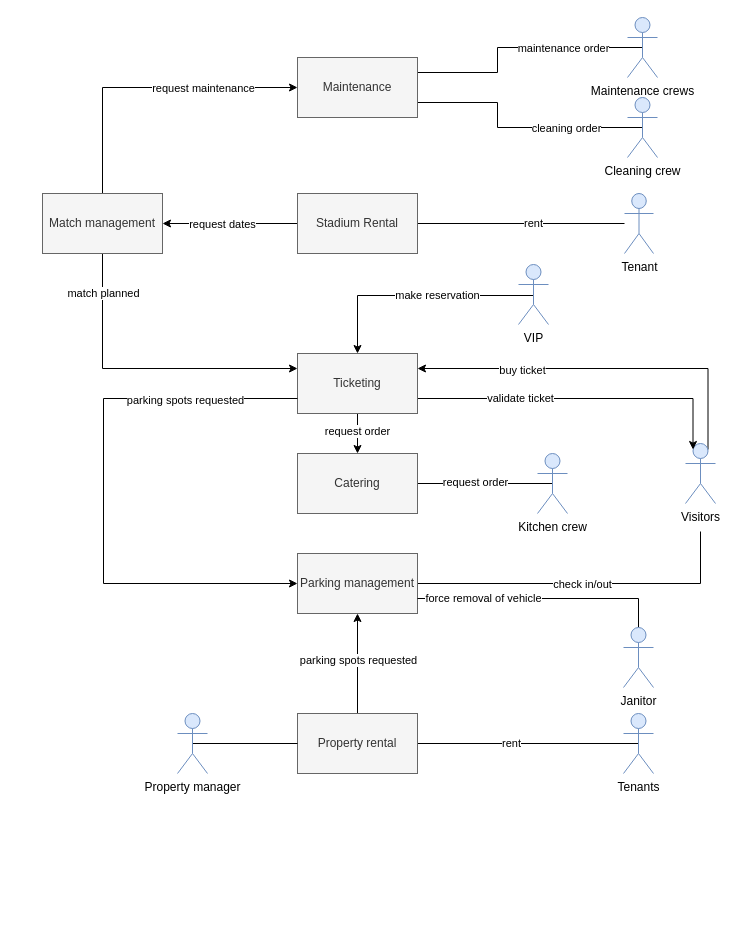
Before: service diagram.drawio in martijnmeeldijk/fc-smal, a draw.io diagram. Source tidied: cells renumbered, new cells numbered last; positions are measured from the earlier drawing's top-left corner, leaving out a move shared by most shapes. Both pictures are drawn from the tidied source at 100%, with x=0, y=0 at pixel (42, 17).
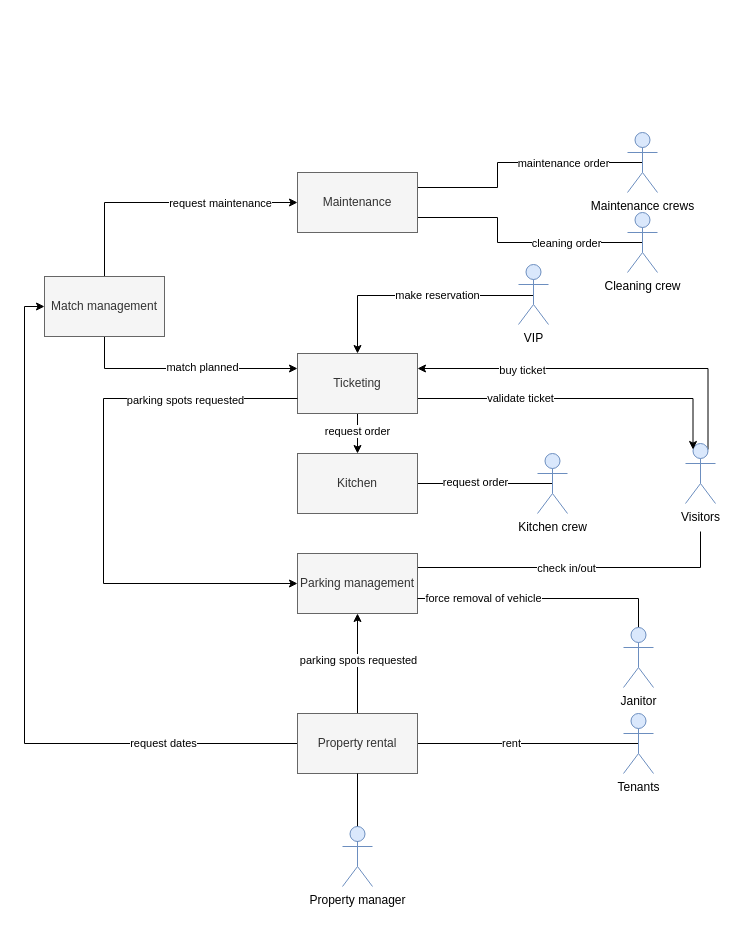
Above is the later version.

The change refers to these unchanged cells:
```xml
<mxCell id="16" value="Parking management" style="rounded=0;whiteSpace=wrap;html=1;fillColor=#f5f5f5;fontColor=#333333;strokeColor=#666666;" parent="1" vertex="1">
  <mxGeometry x="255" y="536" width="120" height="60" as="geometry" />
</mxCell>
<mxCell id="19" value="Property rental" style="rounded=0;whiteSpace=wrap;html=1;fillColor=#f5f5f5;fontColor=#333333;strokeColor=#666666;" parent="1" vertex="1">
  <mxGeometry x="255" y="696" width="120" height="60" as="geometry" />
</mxCell>
<mxCell id="28" style="edgeStyle=orthogonalEdgeStyle;rounded=0;jettySize=auto;html=1;exitX=0.5;exitY=1;exitDx=0;exitDy=0;entryX=0;entryY=0.25;entryDx=0;entryDy=0;endArrow=classic;endFill=1;" parent="1" edge="1" source="32" target="24">
  <mxGeometry relative="1" as="geometry" />
</mxCell>
```

The edit, as a diff of the source:
```diff
@@
     <mxCell id="2" style="edgeStyle=orthogonalEdgeStyle;rounded=0;jettySize=auto;html=1;entryX=1;entryY=0.5;entryDx=0;entryDy=0;endArrow=none;endFill=0;" parent="1" edge="1" target="16">
       <mxGeometry relative="1" as="geometry">
         <mxPoint x="658" y="514" as="sourcePoint" />
         <Array as="points">
-          <mxPoint x="658" y="566" />
+          <mxPoint x="658" y="550" />
+          <mxPoint x="375" y="550" />
         </Array>
       </mxGeometry>
     </mxCell>
@@
     <mxCell id="7" style="edgeStyle=orthogonalEdgeStyle;rounded=0;jettySize=auto;html=1;exitX=0.5;exitY=0.5;exitDx=0;exitDy=0;exitPerimeter=0;entryX=1;entryY=0.75;entryDx=0;entryDy=0;endArrow=none;endFill=0;" parent="1" edge="1" source="9" target="25">
       <mxGeometry relative="1" as="geometry">
         <Array as="points">
-          <mxPoint x="455" y="110" />
-          <mxPoint x="455" y="85" />
+          <mxPoint x="455" y="225" />
+          <mxPoint x="455" y="200" />
         </Array>
       </mxGeometry>
     </mxCell>
@@
     <mxCell id="9" value="Cleaning crew" style="shape=umlActor;verticalLabelPosition=bottom;verticalAlign=top;html=1;outlineConnect=0;fillColor=#dae8fc;strokeColor=#6c8ebf;" parent="1" vertex="1">
-      <mxGeometry x="585" y="80" width="30" height="60" as="geometry" />
+      <mxGeometry x="585" y="195" width="30" height="60" as="geometry" />
     </mxCell>
     <mxCell id="10" style="edgeStyle=orthogonalEdgeStyle;rounded=0;jettySize=auto;html=1;exitX=0.5;exitY=0.5;exitDx=0;exitDy=0;exitPerimeter=0;entryX=1;entryY=0.25;entryDx=0;entryDy=0;endArrow=none;endFill=0;" parent="1" edge="1" source="12" target="25">
       <mxGeometry relative="1" as="geometry">
         <Array as="points">
-          <mxPoint x="455" y="30" />
-          <mxPoint x="455" y="55" />
+          <mxPoint x="455" y="145" />
+          <mxPoint x="455" y="170" />
         </Array>
       </mxGeometry>
     </mxCell>
@@
     <mxCell id="12" value="Maintenance crews" style="shape=umlActor;verticalLabelPosition=bottom;verticalAlign=top;html=1;outlineConnect=0;fillColor=#dae8fc;strokeColor=#6c8ebf;" parent="1" vertex="1">
-      <mxGeometry x="585" width="30" height="60" as="geometry" />
+      <mxGeometry x="585" y="115" width="30" height="60" as="geometry" />
     </mxCell>
@@
+    <mxCell id="51" style="edgeStyle=orthogonalEdgeStyle;rounded=0;jettySize=auto;html=1;exitX=0;exitY=0.5;exitDx=0;exitDy=0;entryX=0;entryY=0.5;entryDx=0;entryDy=0;" parent="1" edge="1" source="19" target="32">
+      <mxGeometry relative="1" as="geometry" />
+    </mxCell>
+    <mxCell id="42" value="request dates" style="edgeLabel;html=1;align=center;verticalAlign=middle;" parent="51" vertex="1">
+      <mxGeometry x="-0.63" y="-1" relative="1" as="geometry" />
+    </mxCell>
@@
     <mxCell id="25" value="Maintenance" style="rounded=0;whiteSpace=wrap;html=1;fillColor=#f5f5f5;fontColor=#333333;strokeColor=#666666;" parent="1" vertex="1">
-      <mxGeometry x="255" y="40" width="120" height="60" as="geometry" />
+      <mxGeometry x="255" y="155" width="120" height="60" as="geometry" />
     </mxCell>
@@
     <mxCell id="29" value="match planned" style="edgeLabel;html=1;align=center;verticalAlign=middle;" parent="28" vertex="1">
       <mxGeometry x="-0.49" y="2" relative="1" as="geometry">
-        <mxPoint x="-2" y="-40" as="offset" />
+        <mxPoint x="72" as="offset" />
       </mxGeometry>
     </mxCell>
@@
     <mxCell id="32" value="Match management" style="rounded=0;whiteSpace=wrap;html=1;fillColor=#f5f5f5;fontColor=#333333;strokeColor=#666666;" parent="1" vertex="1">
-      <mxGeometry y="176" width="120" height="60" as="geometry" />
+      <mxGeometry x="2" y="259" width="120" height="60" as="geometry" />
     </mxCell>
@@
-    <mxCell id="35" value="Catering" style="rounded=0;whiteSpace=wrap;html=1;fillColor=#f5f5f5;fontColor=#333333;strokeColor=#666666;" parent="1" vertex="1">
+    <mxCell id="35" value="Kitchen" style="rounded=0;whiteSpace=wrap;html=1;fillColor=#f5f5f5;fontColor=#333333;strokeColor=#666666;" parent="1" vertex="1">
       <mxGeometry x="255" y="436" width="120" height="60" as="geometry" />
     </mxCell>
@@
-    <mxCell id="37" style="edgeStyle=orthogonalEdgeStyle;rounded=0;jettySize=auto;html=1;exitX=0.5;exitY=0.5;exitDx=0;exitDy=0;exitPerimeter=0;entryX=0;entryY=0.5;entryDx=0;entryDy=0;endArrow=none;endFill=0;" parent="1" edge="1" source="38" target="19">
+    <mxCell id="37" style="edgeStyle=orthogonalEdgeStyle;rounded=0;jettySize=auto;html=1;exitX=0.5;exitY=0.5;exitDx=0;exitDy=0;exitPerimeter=0;entryX=0.5;entryY=1;entryDx=0;entryDy=0;endArrow=none;endFill=0;" parent="1" edge="1" source="38" target="19">
       <mxGeometry relative="1" as="geometry" />
     </mxCell>
     <mxCell id="38" value="Property manager" style="shape=umlActor;verticalLabelPosition=bottom;verticalAlign=top;html=1;outlineConnect=0;fillColor=#dae8fc;strokeColor=#6c8ebf;" parent="1" vertex="1">
-      <mxGeometry x="135" y="696" width="30" height="60" as="geometry" />
+      <mxGeometry x="300" y="809" width="30" height="60" as="geometry" />
     </mxCell>
-    <mxCell id="39" style="edgeStyle=orthogonalEdgeStyle;rounded=0;jettySize=auto;html=1;exitX=1;exitY=0.5;exitDx=0;exitDy=0;endArrow=none;endFill=0;" parent="1" edge="1" source="43" target="44">
-      <mxGeometry relative="1" as="geometry" />
-    </mxCell>
-    <mxCell id="40" value="rent" style="edgeLabel;html=1;align=center;verticalAlign=middle;" parent="39" vertex="1">
-      <mxGeometry x="0.11" y="1" relative="1" as="geometry" />
-    </mxCell>
-    <mxCell id="41" style="edgeStyle=orthogonalEdgeStyle;rounded=0;jettySize=auto;html=1;exitX=0;exitY=0.5;exitDx=0;exitDy=0;entryX=1;entryY=0.5;entryDx=0;entryDy=0;endArrow=classic;endFill=1;" parent="1" edge="1" source="43" target="32">
-      <mxGeometry relative="1" as="geometry" />
-    </mxCell>
-    <mxCell id="42" value="request dates" style="edgeLabel;html=1;align=center;verticalAlign=middle;" parent="41" vertex="1">
-      <mxGeometry x="0.28" y="2" relative="1" as="geometry">
-        <mxPoint x="10" y="-2" as="offset" />
-      </mxGeometry>
-    </mxCell>
-    <mxCell id="43" value="Stadium Rental" style="rounded=0;whiteSpace=wrap;html=1;fillColor=#f5f5f5;fontColor=#333333;strokeColor=#666666;" parent="1" vertex="1">
-      <mxGeometry x="255" y="176" width="120" height="60" as="geometry" />
-    </mxCell>
-    <mxCell id="44" value="Tenant" style="shape=umlActor;verticalLabelPosition=bottom;verticalAlign=top;html=1;outlineConnect=0;fillColor=#dae8fc;strokeColor=#6c8ebf;" parent="1" vertex="1">
-      <mxGeometry x="582" y="176" width="29" height="60" as="geometry" />
-    </mxCell>
```
